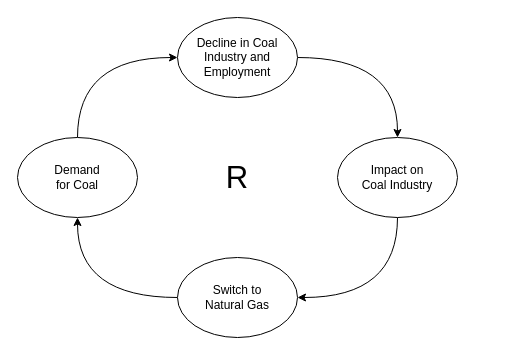
The draw.io diagram cs2.drawio in Jayrou12345/Flowchart, before the edit. Source tidied: cells renumbered, new cells numbered last; positions are measured from the earlier drawing's top-left corner, leaving out a move shared by most shapes. Both pictures are drawn from the tidied source at 100%, with x=0, y=0 at pixel (17, 17).
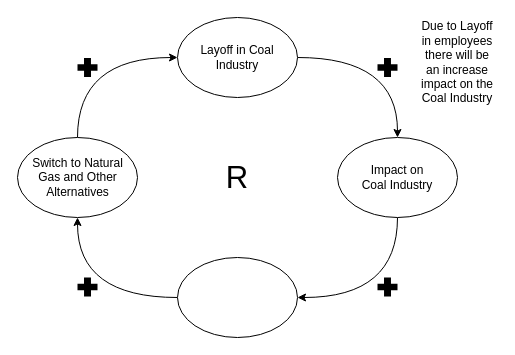
Above is the later version.

Diff of the diagram source:
```diff
@@
 <mxGraphModel>
   <root>
     <mxCell id="0" />
     <mxCell id="1" parent="0" />
     <mxCell id="2" style="edgeStyle=orthogonalEdgeStyle;rounded=0;jettySize=auto;html=1;exitX=1;exitY=0.5;exitDx=0;exitDy=0;curved=1;" parent="1" edge="1" source="3" target="9">
       <mxGeometry relative="1" as="geometry" />
     </mxCell>
     <mxCell id="3" style="ellipse;whiteSpace=wrap;html=1;" parent="1" vertex="1">
       <mxGeometry x="160" width="120" height="80" as="geometry" />
     </mxCell>
     <mxCell id="4" style="edgeStyle=orthogonalEdgeStyle;rounded=0;jettySize=auto;html=1;exitX=0.5;exitY=0;exitDx=0;exitDy=0;entryX=0;entryY=0.5;entryDx=0;entryDy=0;curved=1;" parent="1" edge="1" source="5" target="3">
       <mxGeometry relative="1" as="geometry" />
     </mxCell>
     <mxCell id="5" style="ellipse;whiteSpace=wrap;html=1;" parent="1" vertex="1">
       <mxGeometry y="120" width="120" height="80" as="geometry" />
     </mxCell>
     <mxCell id="6" style="edgeStyle=orthogonalEdgeStyle;rounded=0;jettySize=auto;html=1;exitX=0;exitY=0.5;exitDx=0;exitDy=0;entryX=0.5;entryY=1;entryDx=0;entryDy=0;curved=1;" parent="1" edge="1" source="7" target="5">
       <mxGeometry relative="1" as="geometry" />
     </mxCell>
     <mxCell id="7" style="ellipse;whiteSpace=wrap;html=1;" parent="1" vertex="1">
       <mxGeometry x="160" y="240" width="120" height="80" as="geometry" />
     </mxCell>
     <mxCell id="8" style="edgeStyle=orthogonalEdgeStyle;rounded=0;jettySize=auto;html=1;exitX=0.5;exitY=1;exitDx=0;exitDy=0;entryX=1;entryY=0.5;entryDx=0;entryDy=0;curved=1;" parent="1" edge="1" source="9" target="7">
       <mxGeometry relative="1" as="geometry" />
     </mxCell>
     <mxCell id="9" style="ellipse;whiteSpace=wrap;html=1;" parent="1" vertex="1">
       <mxGeometry x="320" y="120" width="120" height="80" as="geometry" />
     </mxCell>
-    <mxCell id="10" value="Decline in Coal Industry and Employment" style="text;html=1;strokeColor=none;fillColor=none;align=center;verticalAlign=middle;whiteSpace=wrap;rounded=0;" parent="1" vertex="1">
+    <mxCell id="10" value="Layoff in Coal Industry" style="text;html=1;strokeColor=none;fillColor=none;align=center;verticalAlign=middle;whiteSpace=wrap;rounded=0;" parent="1" vertex="1">
       <mxGeometry x="170" y="25" width="100" height="30" as="geometry" />
     </mxCell>
     <mxCell id="11" value="Impact on Coal Industry" style="text;html=1;strokeColor=none;fillColor=none;align=center;verticalAlign=middle;whiteSpace=wrap;rounded=0;" parent="1" vertex="1">
       <mxGeometry x="340" y="145" width="80" height="30" as="geometry" />
     </mxCell>
-    <mxCell id="12" value="Switch to Natural Gas" style="text;html=1;strokeColor=none;fillColor=none;align=center;verticalAlign=middle;whiteSpace=wrap;rounded=0;" parent="1" vertex="1">
-      <mxGeometry x="175" y="265" width="90" height="30" as="geometry" />
+    <mxCell id="12" value="Switch to Natural Gas and Other Alternatives" style="text;html=1;strokeColor=none;fillColor=none;align=center;verticalAlign=middle;whiteSpace=wrap;rounded=0;" parent="1" vertex="1">
+      <mxGeometry x="12.5" y="145" width="95" height="30" as="geometry" />
     </mxCell>
-    <mxCell id="13" value="Demand for Coal" style="text;html=1;strokeColor=none;fillColor=none;align=center;verticalAlign=middle;whiteSpace=wrap;rounded=0;" parent="1" vertex="1">
-      <mxGeometry x="30" y="145" width="60" height="30" as="geometry" />
-    </mxCell>
     <mxCell id="14" value="&lt;font style=&quot;font-size: 31px;&quot;&gt;R&lt;/font&gt;" style="text;html=1;strokeColor=none;fillColor=none;align=center;verticalAlign=middle;whiteSpace=wrap;rounded=0;fontSize=31;" parent="1" vertex="1">
       <mxGeometry x="190" y="145" width="60" height="30" as="geometry" />
     </mxCell>
+    <mxCell id="15" style="shape=mxgraph.signs.healthcare.first_aid;html=1;fillColor=#000000;strokeColor=none;verticalLabelPosition=bottom;verticalAlign=top;align=center;" parent="1" vertex="1">
+      <mxGeometry x="360" y="40.5" width="20" height="19" as="geometry" />
+    </mxCell>
+    <mxCell id="16" style="shape=mxgraph.signs.healthcare.first_aid;html=1;fillColor=#000000;strokeColor=none;verticalLabelPosition=bottom;verticalAlign=top;align=center;" parent="1" vertex="1">
+      <mxGeometry x="60" y="260" width="20" height="19" as="geometry" />
+    </mxCell>
+    <mxCell id="17" style="shape=mxgraph.signs.healthcare.first_aid;html=1;fillColor=#000000;strokeColor=none;verticalLabelPosition=bottom;verticalAlign=top;align=center;" parent="1" vertex="1">
+      <mxGeometry x="60" y="40.5" width="20" height="19" as="geometry" />
+    </mxCell>
+    <mxCell id="18" style="shape=mxgraph.signs.healthcare.first_aid;html=1;fillColor=#000000;strokeColor=none;verticalLabelPosition=bottom;verticalAlign=top;align=center;" parent="1" vertex="1">
+      <mxGeometry x="360" y="260" width="20" height="19" as="geometry" />
+    </mxCell>
+    <mxCell id="19" value="Due to Layoff in employees there will be an increase impact on the Coal Industry" style="text;html=1;strokeColor=none;fillColor=none;align=center;verticalAlign=middle;whiteSpace=wrap;rounded=0;" parent="1" vertex="1">
+      <mxGeometry x="400" y="29.5" width="80" height="30" as="geometry" />
+    </mxCell>
   </root>
 </mxGraphModel>
```
